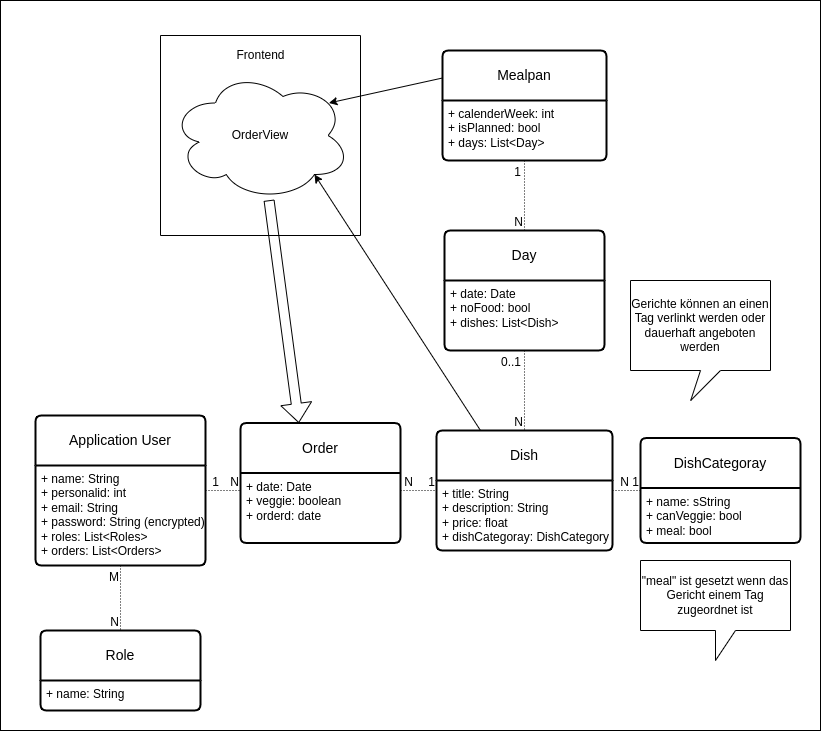
Golo300/Kantinerado keeps this draw.io diagram as docs/resources/Database.png. Above is the earlier version. Source tidied: cells renumbered, new cells last; positions are measured from the earlier drawing's top-left corner, leaving out a move shared by most shapes.
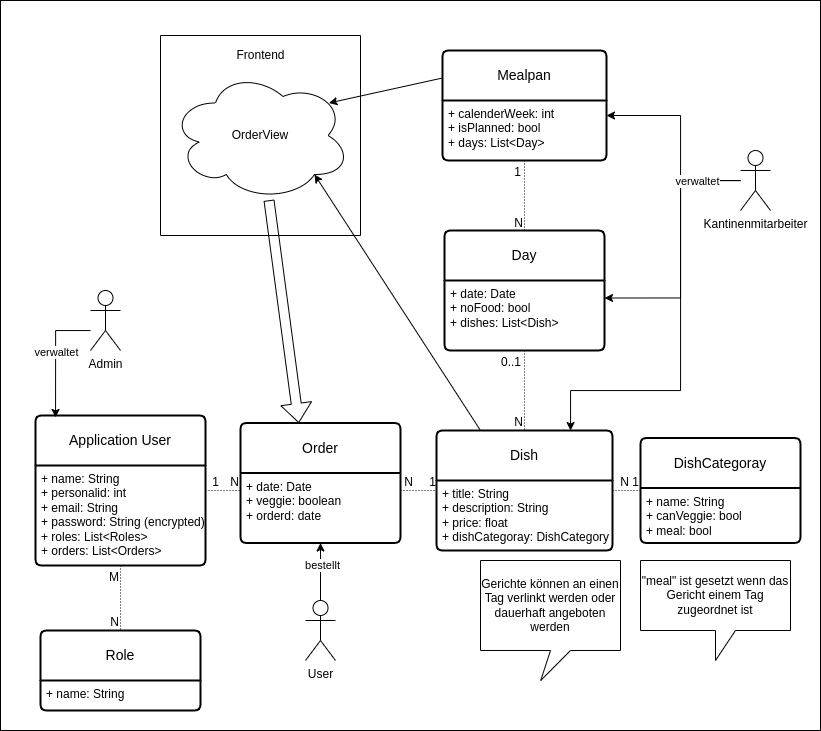
After the commit.

What changed in the source:
```diff
@@ -50,7 +50,7 @@
     <mxCell id="17" value="DishCategoray" style="swimlane;horizontal=1;startSize=50;rounded=1;fontSize=14;fontStyle=0;strokeWidth=2;shadow=0;dashed=0;align=center;arcSize=4;whiteSpace=wrap;html=1;" parent="1" vertex="1">
       <mxGeometry x="640" y="437.5" width="160" height="105" as="geometry" />
     </mxCell>
-    <mxCell id="18" value="+ name: sString&lt;br&gt;+ canVeggie: bool&lt;br&gt;+ meal: bool" style="align=left;strokeColor=none;fillColor=none;spacingLeft=4;fontSize=12;verticalAlign=top;html=1;" parent="17" vertex="1">
+    <mxCell id="18" value="+ name: String&lt;br&gt;+ canVeggie: bool&lt;br&gt;+ meal: bool" style="align=left;strokeColor=none;fillColor=none;spacingLeft=4;fontSize=12;verticalAlign=top;html=1;" parent="17" vertex="1">
       <mxGeometry y="50" width="160" height="55" as="geometry" />
     </mxCell>
     <mxCell id="19" style="endArrow=none;html=1;rounded=0;dashed=1;dashPattern=1 2;" parent="1" edge="1" source="13" target="17">
@@ -86,7 +86,7 @@
       <mxGeometry x="1" relative="1" as="geometry" />
     </mxCell>
     <mxCell id="29" value="Gerichte können an einen Tag verlinkt werden oder dauerhaft angeboten werden" style="shape=callout;whiteSpace=wrap;html=1;perimeter=calloutPerimeter;position2=0.43;" parent="1" vertex="1">
-      <mxGeometry x="630" y="280" width="140" height="120" as="geometry" />
+      <mxGeometry x="480" y="560" width="140" height="120" as="geometry" />
     </mxCell>
     <mxCell id="30" value="&quot;meal&quot; ist gesetzt wenn das Gericht einem Tag zugeordnet ist" style="shape=callout;whiteSpace=wrap;html=1;perimeter=calloutPerimeter;" parent="1" vertex="1">
       <mxGeometry x="640" y="560" width="150" height="100" as="geometry" />
@@ -129,5 +129,60 @@
     <mxCell id="42" value="1" style="html=1;whiteSpace=wrap;align=right;verticalAlign=bottom;" parent="1" vertex="1">
       <mxGeometry x="522" y="180" as="geometry" />
     </mxCell>
+    <mxCell id="43" value="Admin" style="shape=umlActor;verticalLabelPosition=bottom;verticalAlign=top;html=1;outlineConnect=0;" parent="1" vertex="1">
+      <mxGeometry x="90" y="290" width="30" height="60" as="geometry" />
+    </mxCell>
+    <mxCell id="44" style="edgeStyle=orthogonalEdgeStyle;rounded=0;jettySize=auto;html=1;entryX=0.118;entryY=0.013;entryDx=0;entryDy=0;entryPerimeter=0;" parent="1" edge="1" source="43" target="3">
+      <mxGeometry relative="1" as="geometry">
+        <Array as="points">
+          <mxPoint x="55" y="330" />
+        </Array>
+      </mxGeometry>
+    </mxCell>
+    <mxCell id="45" value="verwaltet" style="edgeLabel;html=1;align=center;verticalAlign=middle;" parent="44" vertex="1">
+      <mxGeometry x="-0.07" relative="1" as="geometry" />
+    </mxCell>
+    <mxCell id="46" style="edgeStyle=orthogonalEdgeStyle;rounded=0;jettySize=auto;html=1;entryX=0.5;entryY=1;entryDx=0;entryDy=0;" parent="1" edge="1" source="48" target="26">
+      <mxGeometry relative="1" as="geometry" />
+    </mxCell>
+    <mxCell id="47" value="bestellt" style="edgeLabel;html=1;align=center;verticalAlign=middle;" parent="46" vertex="1">
+      <mxGeometry x="0.23" y="-1" relative="1" as="geometry" />
+    </mxCell>
+    <mxCell id="48" value="User" style="shape=umlActor;verticalLabelPosition=bottom;verticalAlign=top;html=1;outlineConnect=0;" parent="1" vertex="1">
+      <mxGeometry x="305" y="600" width="30" height="60" as="geometry" />
+    </mxCell>
+    <mxCell id="49" style="edgeStyle=orthogonalEdgeStyle;rounded=0;jettySize=auto;html=1;entryX=1;entryY=0.25;entryDx=0;entryDy=0;" parent="1" edge="1" source="53" target="8">
+      <mxGeometry relative="1" as="geometry">
+        <Array as="points">
+          <mxPoint x="680" y="180" />
+          <mxPoint x="680" y="115" />
+        </Array>
+      </mxGeometry>
+    </mxCell>
+    <mxCell id="50" style="edgeStyle=orthogonalEdgeStyle;rounded=0;jettySize=auto;html=1;entryX=1;entryY=0.25;entryDx=0;entryDy=0;" parent="1" edge="1" source="53" target="10">
+      <mxGeometry relative="1" as="geometry">
+        <Array as="points">
+          <mxPoint x="680" y="180" />
+          <mxPoint x="680" y="298" />
+        </Array>
+      </mxGeometry>
+    </mxCell>
+    <mxCell id="51" style="edgeStyle=orthogonalEdgeStyle;rounded=0;jettySize=auto;html=1;" parent="1" edge="1" source="53">
+      <mxGeometry relative="1" as="geometry">
+        <mxPoint x="570" y="430" as="targetPoint" />
+        <Array as="points">
+          <mxPoint x="680" y="180" />
+          <mxPoint x="680" y="390" />
+          <mxPoint x="570" y="390" />
+          <mxPoint x="570" y="430" />
+        </Array>
+      </mxGeometry>
+    </mxCell>
+    <mxCell id="52" value="verwaltet" style="edgeLabel;html=1;align=center;verticalAlign=middle;" parent="51" vertex="1">
+      <mxGeometry x="-0.79" relative="1" as="geometry" />
+    </mxCell>
+    <mxCell id="53" value="Kantinenmitarbeiter" style="shape=umlActor;verticalLabelPosition=bottom;verticalAlign=top;html=1;outlineConnect=0;" parent="1" vertex="1">
+      <mxGeometry x="740" y="150" width="30" height="60" as="geometry" />
+    </mxCell>
   </root>
 </mxGraphModel>
```
